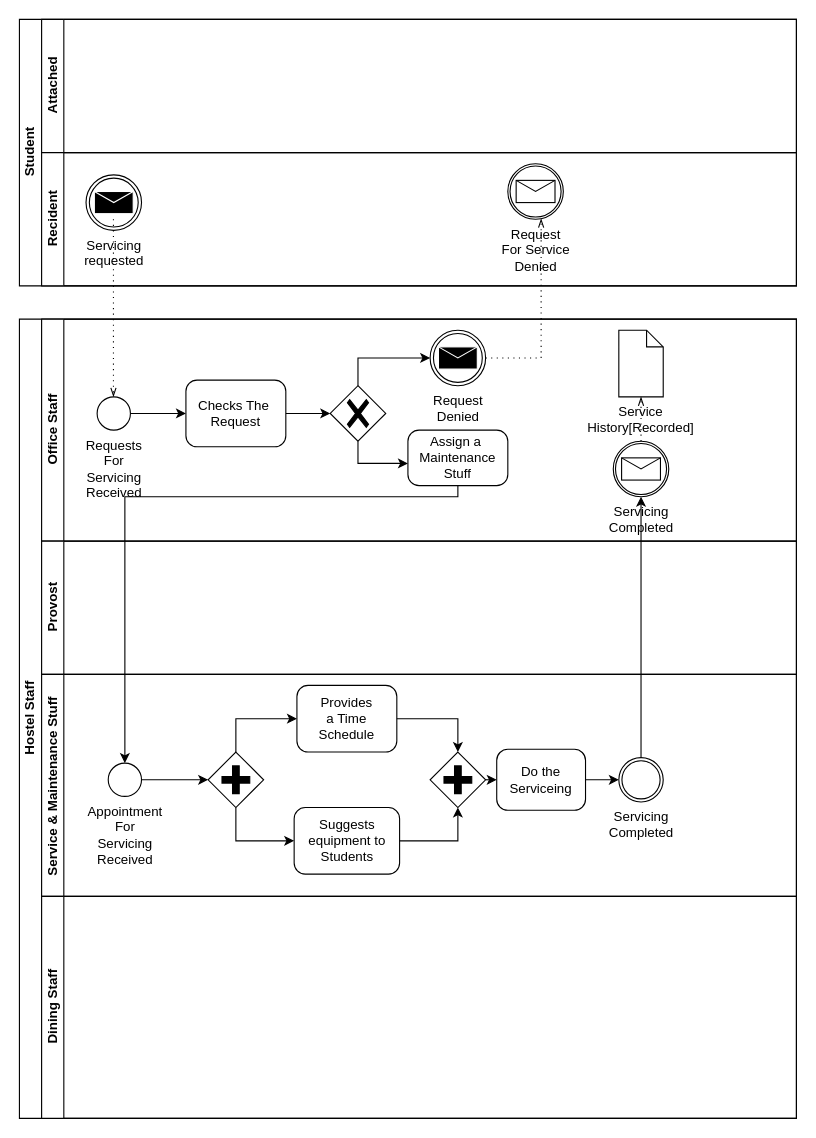
Noman1705088/CSE-326 keeps this draw.io diagram as page "Page-1" (1 of 6) of BPMN/BPMN_B1_4.drawio. Above is the earlier version. Source tidied: cells renumbered, new cells numbered last; positions are measured from the earlier drawing's top-left corner, leaving out a move shared by most shapes. Both pictures are drawn from the tidied source at 111%, with x=0, y=0 at pixel (19, 19).
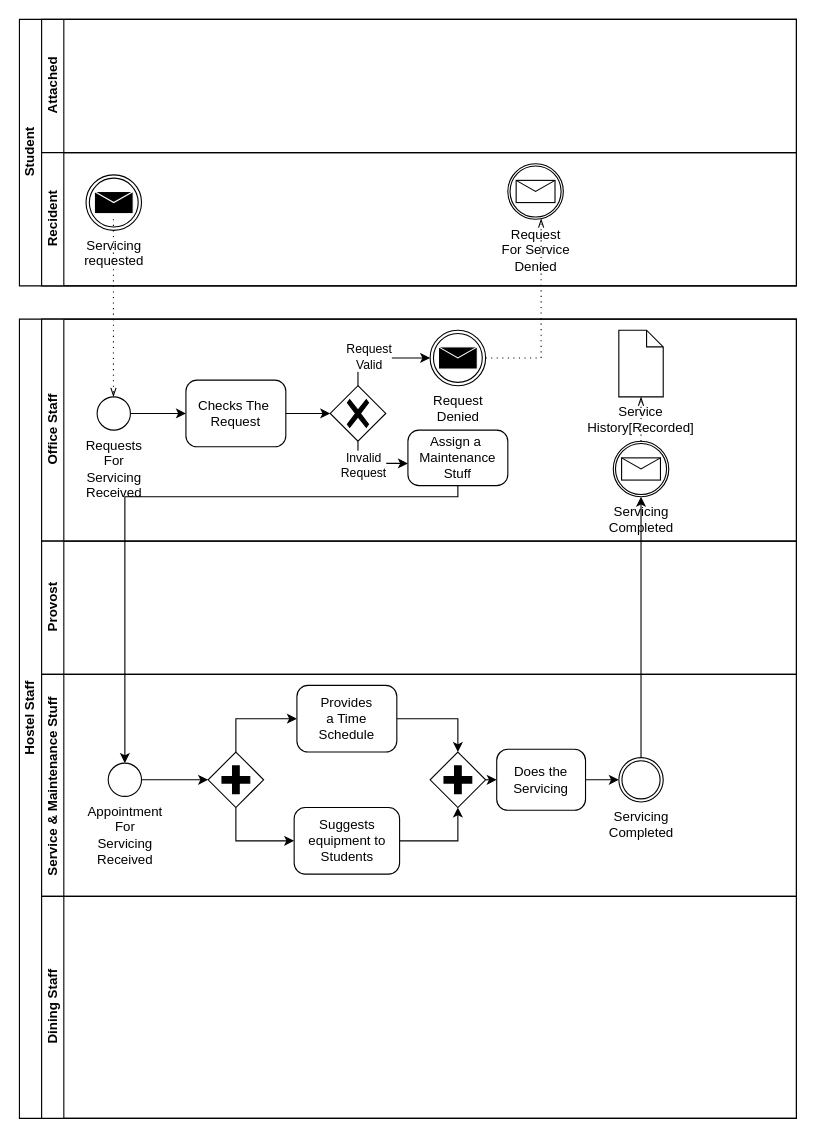
The same page after the edit.

The change refers to these unchanged cells:
```xml
<mxCell id="14" style="edgeStyle=orthogonalEdgeStyle;rounded=0;jettySize=auto;html=1;exitX=0.5;exitY=1;exitDx=0;exitDy=0;exitPerimeter=0;" parent="8" edge="1" source="16" target="18">
  <mxGeometry relative="1" as="geometry">
    <Array as="points">
      <mxPoint x="285" y="130" />
      <mxPoint x="415" y="130" />
    </Array>
  </mxGeometry>
</mxCell>
<mxCell id="15" style="edgeStyle=orthogonalEdgeStyle;rounded=0;jettySize=auto;html=1;exitX=0.5;exitY=0;exitDx=0;exitDy=0;exitPerimeter=0;" parent="8" edge="1" source="16" target="17">
  <mxGeometry relative="1" as="geometry" />
</mxCell>
<mxCell id="23" value="Service &amp;amp; Maintenance Stuff&amp;nbsp;" style="swimlane;html=1;startSize=20;horizontal=0;" parent="7" vertex="1">
  <mxGeometry x="20" y="320" width="680" height="200" as="geometry" />
</mxCell>
```

The edit, as a diff of the source:
```diff
@@
+    <mxCell id="42" value="Invalid&lt;br&gt;Request" style="edgeLabel;html=1;align=center;verticalAlign=middle;" parent="14" vertex="1">
+      <mxGeometry x="-0.26" y="-1" relative="1" as="geometry" />
+    </mxCell>
@@
+    <mxCell id="43" value="Request&lt;br&gt;Valid" style="edgeLabel;html=1;align=center;verticalAlign=middle;" parent="15" vertex="1">
+      <mxGeometry x="-0.25" y="2" relative="1" as="geometry" />
+    </mxCell>
@@
-    <mxCell id="36" value="Do the Serviceing" style="points=[[0.25,0,0],[0.5,0,0],[0.75,0,0],[1,0.25,0],[1,0.5,0],[1,0.75,0],[0.75,1,0],[0.5,1,0],[0.25,1,0],[0,0.75,0],[0,0.5,0],[0,0.25,0]];shape=mxgraph.bpmn.task;whiteSpace=wrap;rectStyle=rounded;size=10;taskMarker=abstract;" parent="23" vertex="1">
+    <mxCell id="36" value="Does the Servicing" style="points=[[0.25,0,0],[0.5,0,0],[0.75,0,0],[1,0.25,0],[1,0.5,0],[1,0.75,0],[0.75,1,0],[0.5,1,0],[0.25,1,0],[0,0.75,0],[0,0.5,0],[0,0.25,0]];shape=mxgraph.bpmn.task;whiteSpace=wrap;rectStyle=rounded;size=10;taskMarker=abstract;" parent="23" vertex="1">
       <mxGeometry x="410" y="67.5" width="80" height="55" as="geometry" />
     </mxCell>
```
